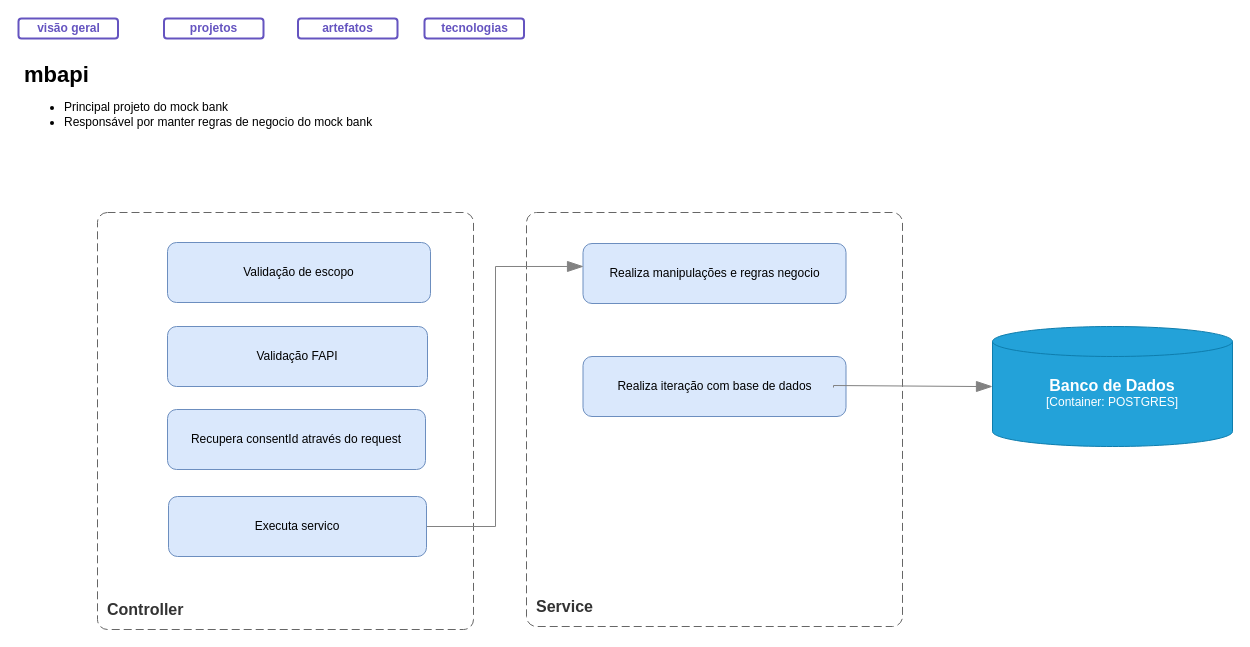
Above: page "mbapi" (11 of 18) of as-is-mock-bank.drawio in andretrindade/mock-bank-project (draw.io), before the change. Source tidied: cells renumbered, new cells numbered last; positions are measured from the earlier drawing's top-left corner, leaving out a move shared by most shapes. Both pictures are drawn from the tidied source at 100%, with x=0, y=0 at pixel (18, 18).
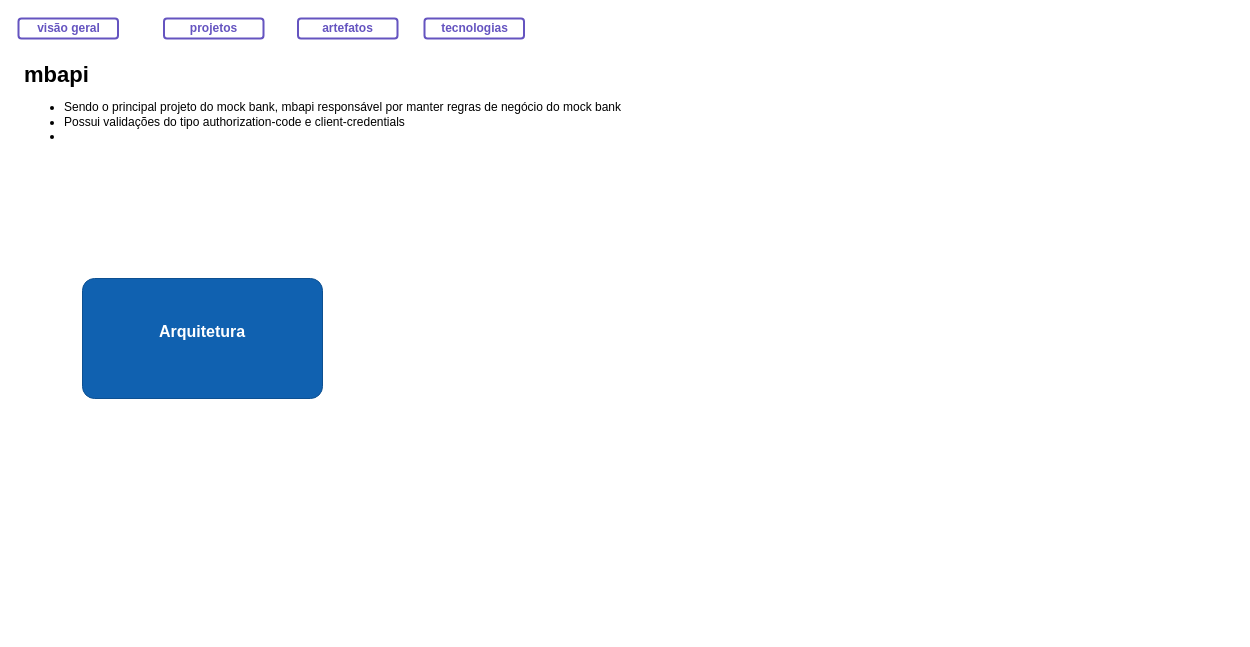
The same page after the edit.

Change to the diagram source:
```diff
@@
-    <mxCell id="2" value="Validação de escopo" style="rounded=1;whiteSpace=wrap;html=1;fillColor=#dae8fc;strokeColor=#6c8ebf;" parent="1" vertex="1">
-      <mxGeometry x="149" y="224" width="263" height="60" as="geometry" />
-    </mxCell>
-    <mxCell id="3" value="Validação FAPI" style="rounded=1;whiteSpace=wrap;html=1;fillColor=#dae8fc;strokeColor=#6c8ebf;" parent="1" vertex="1">
-      <mxGeometry x="149" y="308" width="260" height="60" as="geometry" />
-    </mxCell>
-    <object id="4" label="&lt;font style=&quot;font-size: 16px&quot;&gt;&lt;b&gt;&lt;div style=&quot;text-align: left&quot;&gt;%c4Name%&lt;/div&gt;&lt;/b&gt;&lt;/font&gt;&lt;div style=&quot;text-align: left&quot;&gt;&lt;/div&gt;" c4Name="Controller" placeholders="1">
-      <mxCell style="rounded=1;fontSize=11;whiteSpace=wrap;html=1;dashed=1;arcSize=20;fillColor=none;strokeColor=#666666;fontColor=#333333;labelBackgroundColor=none;align=left;verticalAlign=bottom;labelBorderColor=none;spacingTop=0;spacing=10;dashPattern=8 4;perimeter=rectanglePerimeter;noLabel=0;labelPadding=0;absoluteArcSize=1;" parent="1" vertex="1">
-        <mxGeometry x="79" y="194" width="376" height="417" as="geometry" />
-      </mxCell>
-    </object>
-    <mxCell id="5" value="Recupera consentId através do request" style="rounded=1;whiteSpace=wrap;html=1;fillColor=#dae8fc;strokeColor=#6c8ebf;" parent="1" vertex="1">
-      <mxGeometry x="149" y="391" width="258" height="60" as="geometry" />
-    </mxCell>
-    <object id="6" label="&lt;font style=&quot;font-size: 16px&quot;&gt;&lt;b&gt;&lt;div style=&quot;text-align: left&quot;&gt;%c4Name%&lt;/div&gt;&lt;/b&gt;&lt;/font&gt;&lt;div style=&quot;text-align: left&quot;&gt;&lt;/div&gt;" c4Name="Service" placeholders="1">
-      <mxCell style="rounded=1;fontSize=11;whiteSpace=wrap;html=1;dashed=1;arcSize=20;fillColor=none;strokeColor=#666666;fontColor=#333333;labelBackgroundColor=none;align=left;verticalAlign=bottom;labelBorderColor=none;spacingTop=0;spacing=10;dashPattern=8 4;perimeter=rectanglePerimeter;noLabel=0;labelPadding=0;absoluteArcSize=1;" parent="1" vertex="1">
-        <mxGeometry x="508" y="194" width="376" height="414" as="geometry" />
-      </mxCell>
-    </object>
-    <mxCell id="7" value="Realiza manipulações e regras negocio" style="rounded=1;whiteSpace=wrap;html=1;fillColor=#dae8fc;strokeColor=#6c8ebf;" parent="1" vertex="1">
-      <mxGeometry x="564.5" y="225" width="263" height="60" as="geometry" />
-    </mxCell>
-    <mxCell id="8" value="Realiza iteração com base de dados" style="rounded=1;whiteSpace=wrap;html=1;fillColor=#dae8fc;strokeColor=#6c8ebf;" parent="1" vertex="1">
-      <mxGeometry x="564.5" y="338" width="263" height="60" as="geometry" />
-    </mxCell>
-    <mxCell id="9" style="endArrow=blockThin;html=1;fontSize=10;fontColor=#404040;strokeWidth=1;endFill=1;strokeColor=#828282;elbow=vertical;endSize=14;startSize=14;jumpStyle=arc;jumpSize=16;rounded=0;edgeStyle=orthogonalEdgeStyle;exitX=1;exitY=0.5;exitDx=0;exitDy=0;entryX=0.002;entryY=0.383;entryDx=0;entryDy=0;entryPerimeter=0;" parent="1" edge="1" source="10" target="7">
-      <mxGeometry relative="1" as="geometry">
-        <Array as="points">
-          <mxPoint x="477" y="508" />
-          <mxPoint x="477" y="248" />
-        </Array>
-      </mxGeometry>
-    </mxCell>
-    <mxCell id="10" value="Executa servico" style="rounded=1;whiteSpace=wrap;html=1;fillColor=#dae8fc;strokeColor=#6c8ebf;" parent="1" vertex="1">
-      <mxGeometry x="150" y="478" width="258" height="60" as="geometry" />
-    </mxCell>
-    <object id="11" label="&lt;font style=&quot;font-size: 16px&quot;&gt;&lt;b&gt;%c4Name%&lt;/b&gt;&lt;/font&gt;&lt;div&gt;[%c4Type%:&amp;nbsp;%c4Technology%]&lt;/div&gt;&lt;br&gt;&lt;div&gt;&lt;font style=&quot;font-size: 11px&quot;&gt;&lt;font color=&quot;#E6E6E6&quot;&gt;%c4Description%&lt;/font&gt;&lt;/div&gt;" c4Description="" c4Name="Banco de Dados" c4Technology="POSTGRES" c4Type="Container" placeholders="1">
-      <mxCell style="shape=cylinder3;size=15;whiteSpace=wrap;html=1;boundedLbl=1;rounded=0;labelBackgroundColor=none;fillColor=#23A2D9;fontSize=12;fontColor=#ffffff;align=center;strokeColor=#0E7DAD;points=[[0.5,0,0],[1,0.25,0],[1,0.5,0],[1,0.75,0],[0.5,1,0],[0,0.75,0],[0,0.5,0],[0,0.25,0]];" parent="1" vertex="1">
-        <mxGeometry x="974" y="308" width="240" height="120" as="geometry" />
-      </mxCell>
-    </object>
-    <mxCell id="12" style="endArrow=blockThin;html=1;fontSize=10;fontColor=#404040;strokeWidth=1;endFill=1;strokeColor=#828282;elbow=vertical;endSize=14;startSize=14;jumpStyle=arc;jumpSize=16;rounded=0;edgeStyle=orthogonalEdgeStyle;exitX=1;exitY=0.5;exitDx=0;exitDy=0;entryX=0;entryY=0.5;entryDx=0;entryDy=0;entryPerimeter=0;" parent="1" edge="1" target="11">
-      <mxGeometry relative="1" as="geometry">
-        <mxPoint x="815" y="369" as="sourcePoint" />
-        <Array as="points">
-          <mxPoint x="815" y="367" />
-          <mxPoint x="941" y="367" />
-          <mxPoint x="941" y="368" />
-        </Array>
-      </mxGeometry>
-    </mxCell>
-    <mxCell id="13" value="&lt;div&gt;&lt;b&gt;&lt;font style=&quot;font-size: 22px;&quot;&gt;mbapi&lt;/font&gt;&lt;/b&gt;&lt;/div&gt;&lt;ul&gt;&lt;li&gt;Principal projeto do mock bank&lt;/li&gt;&lt;li&gt;&lt;span style=&quot;background-color: transparent; color: light-dark(rgb(0, 0, 0), rgb(255, 255, 255));&quot;&gt;Responsável por manter regras de negocio do mock bank&lt;/span&gt;&lt;/li&gt;&lt;/ul&gt;" style="text;html=1;align=left;verticalAlign=top;whiteSpace=wrap;rounded=0;" parent="1" vertex="1">
-      <mxGeometry x="4" y="37" width="639" height="49" as="geometry" />
+    <mxCell id="13" value="&lt;div&gt;&lt;b&gt;&lt;font style=&quot;font-size: 22px;&quot;&gt;mbapi&lt;/font&gt;&lt;/b&gt;&lt;/div&gt;&lt;ul&gt;&lt;li&gt;Sendo o principal projeto do mock bank, mbapi responsável por manter regras de negócio do mock bank&lt;/li&gt;&lt;li&gt;Possui validações do tipo authorization-code e client-credentials&lt;/li&gt;&lt;li&gt;&lt;br&gt;&lt;/li&gt;&lt;/ul&gt;" style="text;html=1;align=left;verticalAlign=top;whiteSpace=wrap;rounded=0;" parent="1" vertex="1">
+      <mxGeometry x="4" y="37" width="639" height="161" as="geometry" />
     </mxCell>
@@
+    <object id="18" label="&lt;font style=&quot;font-size: 16px&quot;&gt;&lt;b&gt;%c4Name%&lt;/b&gt;&lt;/font&gt;&lt;div&gt;&lt;/div&gt;&lt;br&gt;&lt;div&gt;&lt;font style=&quot;font-size: 11px&quot;&gt;&lt;font color=&quot;#cccccc&quot;&gt;%c4Description%&lt;/font&gt;&lt;/div&gt;" c4Description="" c4Name="Arquitetura" placeholders="1">
+      <mxCell style="rounded=1;whiteSpace=wrap;html=1;labelBackgroundColor=none;fillColor=#1061B0;fontColor=#ffffff;align=center;arcSize=10;strokeColor=#0D5091;" parent="1" vertex="1">
+        <mxGeometry x="64" y="260" width="240" height="120" as="geometry" />
+      </mxCell>
+    </object>
```
